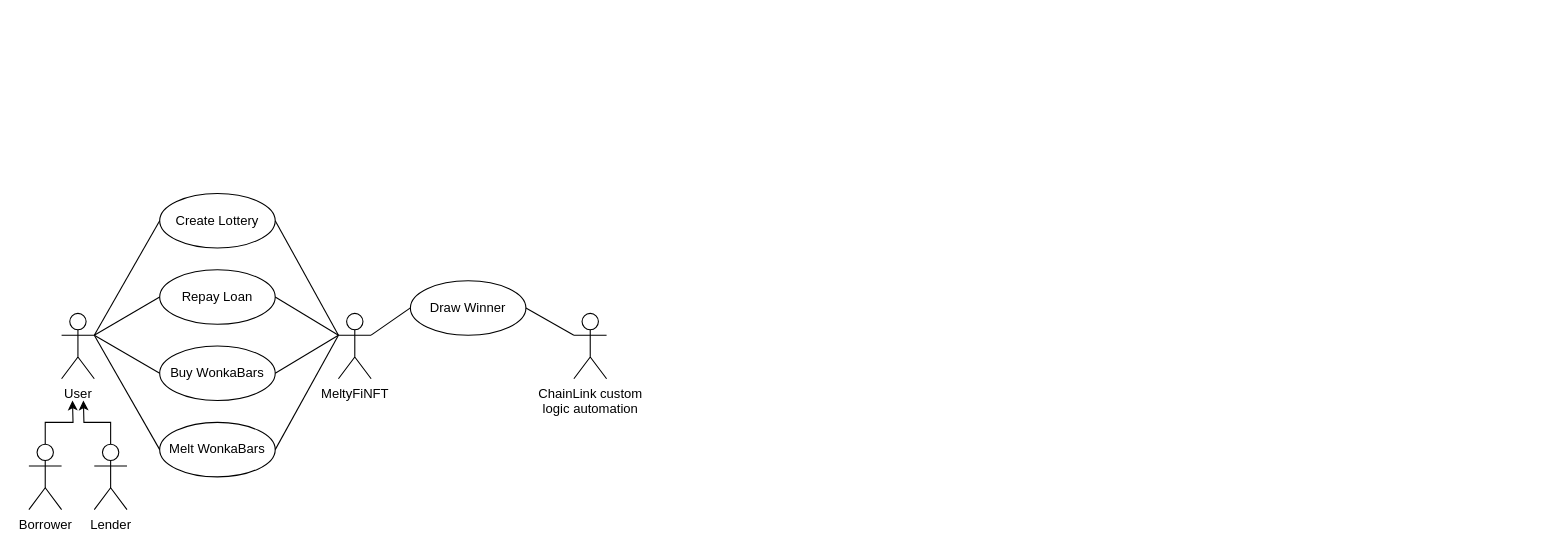
VincenzoImp/meltyfi keeps this draw.io diagram as report/diagrams/use_cases.drawio. Above is the earlier version. Source tidied: cells renumbered, new cells numbered last; positions are measured from the earlier drawing's top-left corner, leaving out a move shared by most shapes. Both pictures are drawn from the tidied source at 109%, with x=0, y=0 at pixel (28, 193).
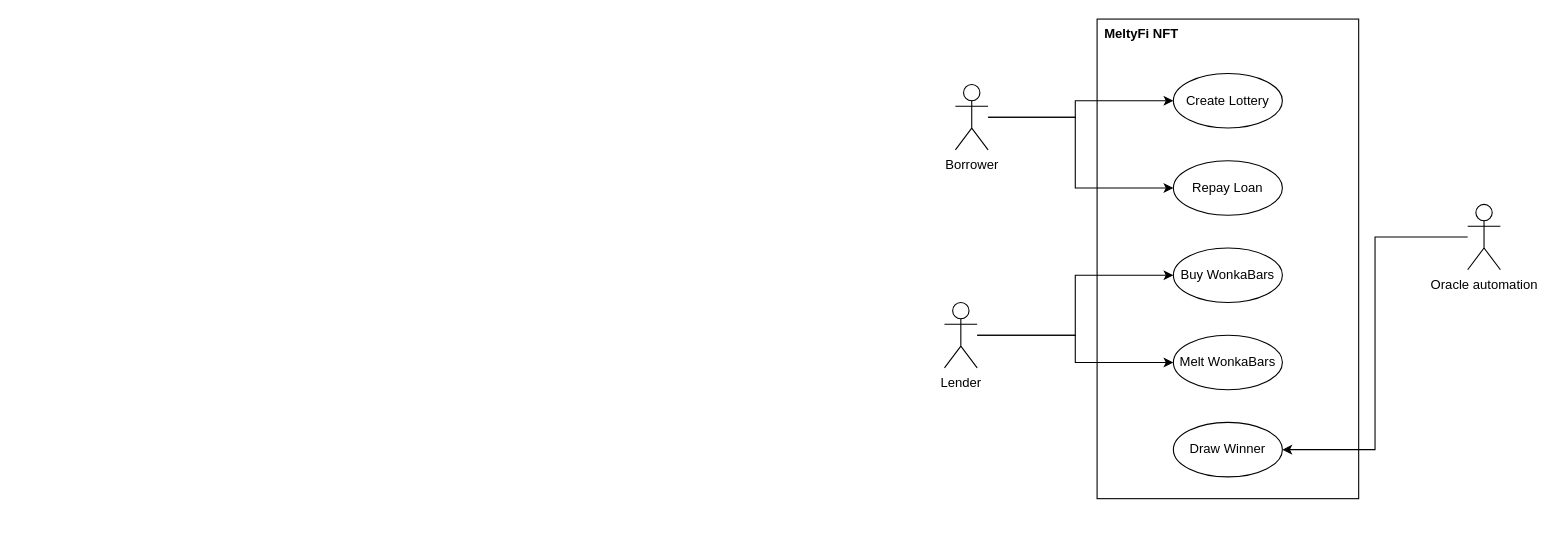
Above is the later version.

Change to the diagram source:
```diff
@@
+    <mxCell id="25" style="rounded=0;whiteSpace=wrap;html=1;" parent="1" vertex="1">
+      <mxGeometry x="980" y="-160" width="240" height="440" as="geometry" />
+    </mxCell>
+    <mxCell id="26" style="edgeStyle=orthogonalEdgeStyle;rounded=0;jettySize=auto;html=1;entryX=1;entryY=0.5;entryDx=0;entryDy=0;" parent="1" edge="1" source="27" target="22">
+      <mxGeometry relative="1" as="geometry" />
+    </mxCell>
+    <mxCell id="27" value="Oracle automation" style="shape=umlActor;verticalLabelPosition=bottom;verticalAlign=top;html=1;outlineConnect=0;" parent="1" vertex="1">
+      <mxGeometry x="1320" y="10" width="30" height="60" as="geometry" />
+    </mxCell>
+    <mxCell id="28" style="edgeStyle=orthogonalEdgeStyle;rounded=0;jettySize=auto;html=1;entryX=0;entryY=0.5;entryDx=0;entryDy=0;" parent="1" edge="1" source="20" target="2">
+      <mxGeometry relative="1" as="geometry">
+        <Array as="points">
+          <mxPoint x="960" y="-70" />
+          <mxPoint x="960" y="-85" />
+        </Array>
+      </mxGeometry>
+    </mxCell>
+    <mxCell id="29" style="edgeStyle=orthogonalEdgeStyle;rounded=0;jettySize=auto;html=1;entryX=0;entryY=0.5;entryDx=0;entryDy=0;" parent="1" edge="1" source="20" target="3">
+      <mxGeometry relative="1" as="geometry">
+        <Array as="points">
+          <mxPoint x="960" y="-70" />
+          <mxPoint x="960" y="-5" />
+        </Array>
+      </mxGeometry>
+    </mxCell>
+    <mxCell id="20" value="Borrower" style="shape=umlActor;verticalLabelPosition=bottom;verticalAlign=top;html=1;outlineConnect=0;" parent="1" vertex="1">
+      <mxGeometry x="850" y="-100" width="30" height="60" as="geometry" />
+    </mxCell>
+    <mxCell id="30" style="edgeStyle=orthogonalEdgeStyle;rounded=0;jettySize=auto;html=1;entryX=0;entryY=0.5;entryDx=0;entryDy=0;" parent="1" edge="1" source="18" target="5">
+      <mxGeometry relative="1" as="geometry" />
+    </mxCell>
+    <mxCell id="31" style="edgeStyle=orthogonalEdgeStyle;rounded=0;jettySize=auto;html=1;entryX=0;entryY=0.5;entryDx=0;entryDy=0;" parent="1" edge="1" source="18" target="4">
+      <mxGeometry relative="1" as="geometry" />
+    </mxCell>
+    <mxCell id="18" value="Lender" style="shape=umlActor;verticalLabelPosition=bottom;verticalAlign=top;html=1;outlineConnect=0;" parent="1" vertex="1">
+      <mxGeometry x="840" y="100" width="30" height="60" as="geometry" />
+    </mxCell>
+    <mxCell id="32" value="MeltyFi NFT" style="text;align=center;fontStyle=1;verticalAlign=middle;spacingLeft=3;spacingRight=3;strokeColor=none;" parent="1" vertex="1">
+      <mxGeometry x="981" y="-160" width="80" height="26" as="geometry" />
+    </mxCell>
-    <mxCell id="2" value="Create Lottery" style="ellipse;whiteSpace=wrap;html=1;" parent="1" vertex="1">
-      <mxGeometry x="120" width="106" height="50" as="geometry" />
+    <mxCell id="2" value="Create Lottery&lt;br&gt;" style="ellipse;whiteSpace=wrap;html=1;" parent="1" vertex="1">
+      <mxGeometry x="1050" y="-110" width="100" height="50" as="geometry" />
     </mxCell>
     <mxCell id="3" value="Repay Loan" style="ellipse;whiteSpace=wrap;html=1;" parent="1" vertex="1">
-      <mxGeometry x="120" y="70" width="106" height="50" as="geometry" />
+      <mxGeometry x="1050" y="-30" width="100" height="50" as="geometry" />
     </mxCell>
     <mxCell id="4" value="Buy WonkaBars" style="ellipse;whiteSpace=wrap;html=1;" parent="1" vertex="1">
-      <mxGeometry x="120" y="140" width="106" height="50" as="geometry" />
+      <mxGeometry x="1050" y="50" width="100" height="50" as="geometry" />
     </mxCell>
     <mxCell id="5" value="Melt WonkaBars" style="ellipse;whiteSpace=wrap;html=1;" parent="1" vertex="1">
-      <mxGeometry x="120" y="210" width="106" height="50" as="geometry" />
+      <mxGeometry x="1050" y="130" width="100" height="50" as="geometry" />
     </mxCell>
-    <mxCell id="6" value="MeltyFiNFT" style="shape=umlActor;html=1;verticalLabelPosition=bottom;verticalAlign=top;align=center;" parent="1" vertex="1">
-      <mxGeometry x="284" y="110" width="30" height="60" as="geometry" />
-    </mxCell>
-    <mxCell id="7" style="edgeStyle=none;html=1;endArrow=none;verticalAlign=bottom;rounded=0;exitX=1;exitY=0.3333333333333333;exitDx=0;exitDy=0;exitPerimeter=0;entryX=0;entryY=0.5;entryDx=0;entryDy=0;" parent="1" edge="1" source="16" target="2">
-      <mxGeometry relative="1" as="geometry" />
-    </mxCell>
-    <mxCell id="8" style="edgeStyle=none;html=1;endArrow=none;verticalAlign=bottom;rounded=0;entryX=0;entryY=0.5;entryDx=0;entryDy=0;exitX=1;exitY=0.3333333333333333;exitDx=0;exitDy=0;exitPerimeter=0;" parent="1" edge="1" source="16" target="3">
-      <mxGeometry relative="1" as="geometry" />
-    </mxCell>
-    <mxCell id="9" style="edgeStyle=none;html=1;endArrow=none;verticalAlign=bottom;rounded=0;entryX=0;entryY=0.5;entryDx=0;entryDy=0;exitX=1;exitY=0.3333333333333333;exitDx=0;exitDy=0;exitPerimeter=0;" parent="1" edge="1" source="16" target="4">
-      <mxGeometry relative="1" as="geometry" />
-    </mxCell>
-    <mxCell id="10" style="edgeStyle=none;html=1;endArrow=none;verticalAlign=bottom;rounded=0;exitX=1;exitY=0.3333333333333333;exitDx=0;exitDy=0;exitPerimeter=0;entryX=0;entryY=0.5;entryDx=0;entryDy=0;" parent="1" edge="1" source="16" target="5">
-      <mxGeometry relative="1" as="geometry" />
-    </mxCell>
-    <mxCell id="11" style="edgeStyle=none;html=1;endArrow=none;verticalAlign=bottom;rounded=0;exitX=1;exitY=0.5;exitDx=0;exitDy=0;entryX=0;entryY=0.3333333333333333;entryDx=0;entryDy=0;entryPerimeter=0;" parent="1" edge="1" source="5" target="6">
-      <mxGeometry relative="1" as="geometry" />
-    </mxCell>
-    <mxCell id="12" style="edgeStyle=none;html=1;endArrow=none;verticalAlign=bottom;rounded=0;exitX=1;exitY=0.5;exitDx=0;exitDy=0;entryX=0;entryY=0.3333333333333333;entryDx=0;entryDy=0;entryPerimeter=0;" parent="1" edge="1" source="3" target="6">
-      <mxGeometry relative="1" as="geometry" />
-    </mxCell>
-    <mxCell id="13" style="edgeStyle=none;html=1;endArrow=none;verticalAlign=bottom;rounded=0;exitX=1;exitY=0.5;exitDx=0;exitDy=0;entryX=0;entryY=0.3333333333333333;entryDx=0;entryDy=0;entryPerimeter=0;" parent="1" edge="1" source="4" target="6">
-      <mxGeometry relative="1" as="geometry" />
-    </mxCell>
-    <mxCell id="14" style="edgeStyle=none;html=1;endArrow=none;verticalAlign=bottom;rounded=0;exitX=1;exitY=0.5;exitDx=0;exitDy=0;entryX=0;entryY=0.3333333333333333;entryDx=0;entryDy=0;entryPerimeter=0;" parent="1" edge="1" source="2" target="6">
-      <mxGeometry relative="1" as="geometry" />
-    </mxCell>
-    <mxCell id="15" style="group;" parent="1" vertex="1">
-      <mxGeometry y="110" width="90" height="180" as="geometry" />
-    </mxCell>
-    <mxCell id="16" value="User" style="shape=umlActor;html=1;verticalLabelPosition=bottom;verticalAlign=top;align=center;" parent="15" vertex="1">
-      <mxGeometry x="30" width="30" height="60" as="geometry" />
-    </mxCell>
-    <mxCell id="17" style="edgeStyle=orthogonalEdgeStyle;rounded=0;jettySize=auto;html=1;exitX=0.5;exitY=0;exitDx=0;exitDy=0;exitPerimeter=0;" parent="15" edge="1" source="18">
-      <mxGeometry relative="1" as="geometry">
-        <mxPoint x="50" y="80" as="targetPoint" />
-      </mxGeometry>
-    </mxCell>
-    <mxCell id="18" value="Lender" style="shape=umlActor;html=1;verticalLabelPosition=bottom;verticalAlign=top;align=center;" parent="15" vertex="1">
-      <mxGeometry x="60" y="120" width="30" height="60" as="geometry" />
-    </mxCell>
-    <mxCell id="19" style="edgeStyle=orthogonalEdgeStyle;rounded=0;jettySize=auto;html=1;exitX=0.5;exitY=0;exitDx=0;exitDy=0;exitPerimeter=0;" parent="15" edge="1" source="20">
-      <mxGeometry relative="1" as="geometry">
-        <mxPoint x="40" y="80" as="targetPoint" />
-      </mxGeometry>
-    </mxCell>
-    <mxCell id="20" value="Borrower" style="shape=umlActor;html=1;verticalLabelPosition=bottom;verticalAlign=top;align=center;" parent="15" vertex="1">
-      <mxGeometry y="120" width="30" height="60" as="geometry" />
-    </mxCell>
-    <mxCell id="21" value="ChainLink custom&lt;br&gt;logic automation" style="shape=umlActor;html=1;verticalLabelPosition=bottom;verticalAlign=top;align=center;" parent="1" vertex="1">
-      <mxGeometry x="500" y="110" width="30" height="60" as="geometry" />
-    </mxCell>
     <mxCell id="22" value="Draw Winner" style="ellipse;whiteSpace=wrap;html=1;" parent="1" vertex="1">
-      <mxGeometry x="350" y="80" width="106" height="50" as="geometry" />
+      <mxGeometry x="1050" y="210" width="100" height="50" as="geometry" />
     </mxCell>
-    <mxCell id="23" style="edgeStyle=none;html=1;endArrow=none;verticalAlign=bottom;rounded=0;entryX=0;entryY=0.3333333333333333;entryDx=0;entryDy=0;entryPerimeter=0;exitX=1;exitY=0.5;exitDx=0;exitDy=0;" parent="1" edge="1" source="22" target="21">
-      <mxGeometry relative="1" as="geometry" />
-    </mxCell>
-    <mxCell id="24" style="edgeStyle=none;html=1;endArrow=none;verticalAlign=bottom;rounded=0;exitX=1;exitY=0.3333333333333333;exitDx=0;exitDy=0;exitPerimeter=0;entryX=0;entryY=0.5;entryDx=0;entryDy=0;" parent="1" edge="1" source="6" target="22">
-      <mxGeometry relative="1" as="geometry" />
-    </mxCell>
```
